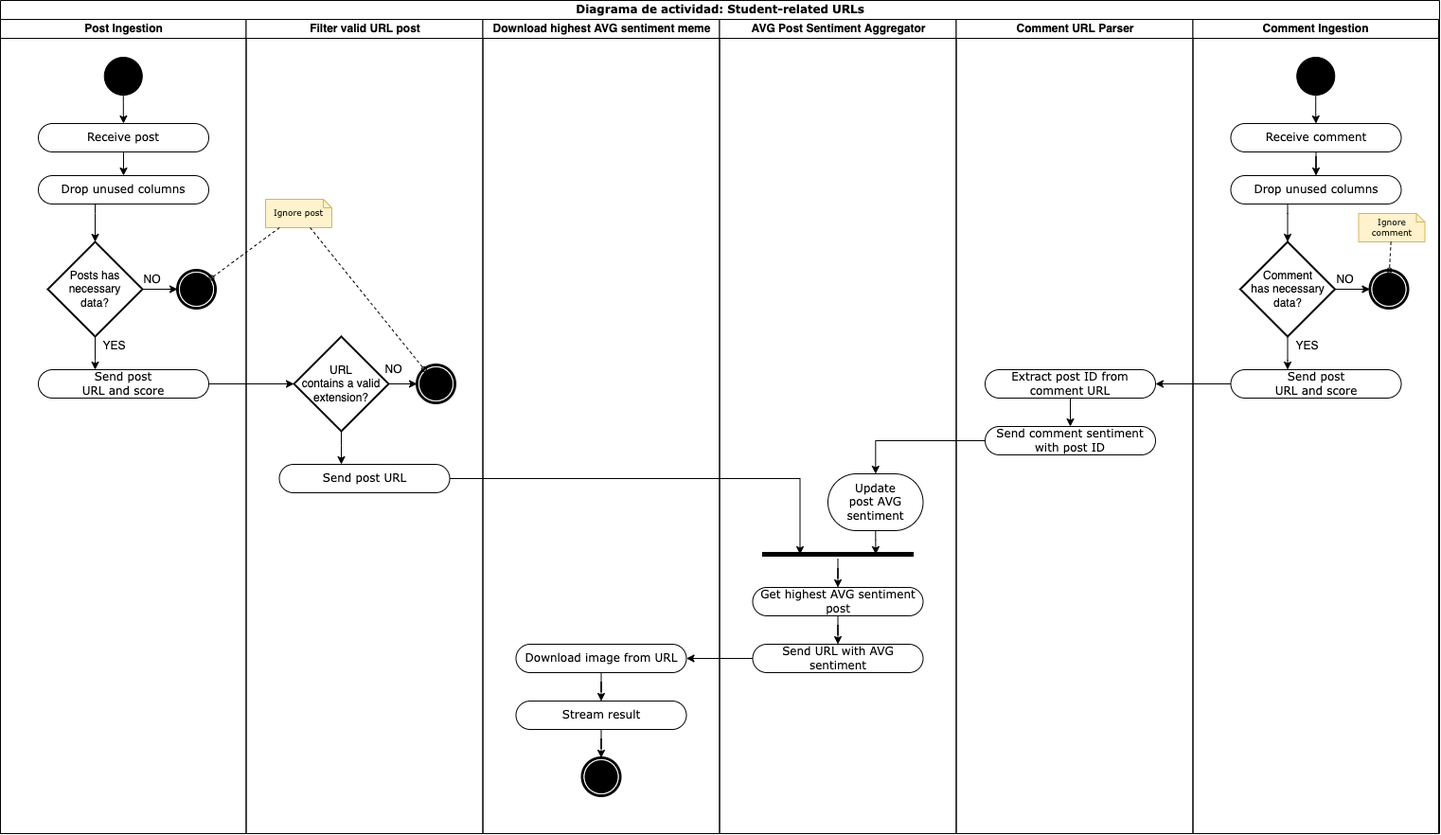
mauro7x/distribuidos keeps this draw.io diagram as TP2/docs/diagrams/activity_3.png. Above is the earlier version. Source tidied: cells renumbered, new cells last; positions are measured from the earlier drawing's top-left corner, leaving out a move shared by most shapes. Its diagram source:
```xml
<mxGraphModel>
  <root>
    <mxCell id="0" />
    <mxCell id="1" parent="0" />
    <mxCell id="2" value="Diagrama de actividad: Student-related URLs" style="swimlane;html=1;startSize=20;rounded=0;shadow=0;comic=0;labelBackgroundColor=none;strokeWidth=1;fontFamily=Verdana;fontSize=12;align=center;" parent="1" vertex="1">
      <mxGeometry width="1520" height="880" as="geometry" />
    </mxCell>
    <mxCell id="3" value="Post Ingestion" style="swimlane;html=1;startSize=20;" parent="2" vertex="1">
      <mxGeometry y="20" width="259.5" height="860" as="geometry" />
    </mxCell>
    <mxCell id="4" style="edgeStyle=orthogonalEdgeStyle;rounded=0;jettySize=auto;html=1;" parent="3" edge="1" source="5" target="7">
      <mxGeometry relative="1" as="geometry" />
    </mxCell>
    <mxCell id="5" value="Receive post" style="rounded=1;whiteSpace=wrap;html=1;shadow=0;comic=0;labelBackgroundColor=none;strokeWidth=1;fontFamily=Verdana;fontSize=12;align=center;arcSize=50;" parent="3" vertex="1">
      <mxGeometry x="40" y="110" width="180" height="30" as="geometry" />
    </mxCell>
    <mxCell id="6" style="edgeStyle=orthogonalEdgeStyle;rounded=0;jettySize=auto;html=1;" parent="3" edge="1" source="7" target="10">
      <mxGeometry relative="1" as="geometry">
        <Array as="points">
          <mxPoint x="100" y="205" />
          <mxPoint x="100" y="205" />
        </Array>
      </mxGeometry>
    </mxCell>
    <mxCell id="7" value="Drop unused columns" style="rounded=1;whiteSpace=wrap;html=1;shadow=0;comic=0;labelBackgroundColor=none;strokeWidth=1;fontFamily=Verdana;fontSize=12;align=center;arcSize=50;" parent="3" vertex="1">
      <mxGeometry x="40" y="165" width="180" height="30" as="geometry" />
    </mxCell>
    <mxCell id="8" style="edgeStyle=orthogonalEdgeStyle;rounded=0;jettySize=auto;html=1;" parent="3" edge="1" source="10" target="11">
      <mxGeometry relative="1" as="geometry" />
    </mxCell>
    <mxCell id="9" style="edgeStyle=orthogonalEdgeStyle;rounded=0;jettySize=auto;html=1;fontSize=9;" parent="3" edge="1" source="10" target="13">
      <mxGeometry relative="1" as="geometry">
        <Array as="points">
          <mxPoint x="100" y="360" />
          <mxPoint x="100" y="360" />
        </Array>
      </mxGeometry>
    </mxCell>
    <mxCell id="10" value="Posts has&lt;br&gt;necessary&lt;br&gt;data?" style="strokeWidth=2;html=1;shape=mxgraph.flowchart.decision;whiteSpace=wrap;" parent="3" vertex="1">
      <mxGeometry x="50" y="235" width="100" height="100" as="geometry" />
    </mxCell>
    <mxCell id="11" style="shape=mxgraph.bpmn.shape;html=1;verticalLabelPosition=bottom;labelBackgroundColor=#ffffff;verticalAlign=top;perimeter=ellipsePerimeter;outline=end;symbol=terminate;rounded=0;shadow=0;comic=0;strokeWidth=1;fontFamily=Verdana;fontSize=12;align=center;" parent="3" vertex="1">
      <mxGeometry x="187" y="265" width="40" height="40" as="geometry" />
    </mxCell>
    <mxCell id="12" value="NO" style="text;html=1;align=center;verticalAlign=middle;strokeColor=none;fillColor=none;" parent="3" vertex="1">
      <mxGeometry x="145" y="265" width="30" height="20" as="geometry" />
    </mxCell>
    <mxCell id="13" value="Send post&lt;br&gt;URL and score" style="rounded=1;whiteSpace=wrap;html=1;shadow=0;comic=0;labelBackgroundColor=none;strokeWidth=1;fontFamily=Verdana;fontSize=12;align=center;arcSize=50;" parent="3" vertex="1">
      <mxGeometry x="40" y="370" width="180" height="30" as="geometry" />
    </mxCell>
    <mxCell id="14" value="YES" style="text;html=1;align=center;verticalAlign=middle;strokeColor=none;fillColor=none;" parent="3" vertex="1">
      <mxGeometry x="100" y="335" width="40" height="20" as="geometry" />
    </mxCell>
    <mxCell id="15" style="edgeStyle=orthogonalEdgeStyle;rounded=0;jettySize=auto;html=1;" parent="3" edge="1" source="16" target="5">
      <mxGeometry relative="1" as="geometry" />
    </mxCell>
    <mxCell id="16" style="ellipse;whiteSpace=wrap;html=1;rounded=0;shadow=0;comic=0;labelBackgroundColor=none;strokeWidth=1;fillColor=#000000;fontFamily=Verdana;fontSize=12;align=center;" parent="3" vertex="1">
      <mxGeometry x="109.8" y="40" width="40" height="40" as="geometry" />
    </mxCell>
    <mxCell id="17" value="Filter valid URL post" style="swimlane;html=1;startSize=20;" parent="2" vertex="1">
      <mxGeometry x="259.5" y="20" width="250" height="860" as="geometry" />
    </mxCell>
    <mxCell id="18" style="edgeStyle=orthogonalEdgeStyle;rounded=0;jettySize=auto;html=1;" parent="17" edge="1" source="20" target="21">
      <mxGeometry relative="1" as="geometry" />
    </mxCell>
    <mxCell id="19" style="edgeStyle=orthogonalEdgeStyle;rounded=0;jettySize=auto;html=1;" parent="17" edge="1" source="20" target="25">
      <mxGeometry relative="1" as="geometry">
        <Array as="points">
          <mxPoint x="100" y="450" />
          <mxPoint x="100" y="450" />
        </Array>
      </mxGeometry>
    </mxCell>
    <mxCell id="20" value="URL&lt;br&gt;contains a valid&lt;br&gt;extension?" style="strokeWidth=2;html=1;shape=mxgraph.flowchart.decision;whiteSpace=wrap;" parent="17" vertex="1">
      <mxGeometry x="50.5" y="335" width="100" height="100" as="geometry" />
    </mxCell>
    <mxCell id="21" style="shape=mxgraph.bpmn.shape;html=1;verticalLabelPosition=bottom;labelBackgroundColor=#ffffff;verticalAlign=top;perimeter=ellipsePerimeter;outline=end;symbol=terminate;rounded=0;shadow=0;comic=0;strokeWidth=1;fontFamily=Verdana;fontSize=12;align=center;" parent="17" vertex="1">
      <mxGeometry x="180.5" y="365" width="40" height="40" as="geometry" />
    </mxCell>
    <mxCell id="22" value="NO" style="text;html=1;align=center;verticalAlign=middle;strokeColor=none;fillColor=none;" parent="17" vertex="1">
      <mxGeometry x="140.5" y="360" width="30" height="20" as="geometry" />
    </mxCell>
    <mxCell id="23" value="Ignore post" style="shape=note;whiteSpace=wrap;html=1;rounded=0;shadow=0;comic=0;labelBackgroundColor=none;strokeWidth=1;fontFamily=Verdana;fontSize=9;align=center;size=9;fillColor=#fff2cc;strokeColor=#d6b656;" parent="17" vertex="1">
      <mxGeometry x="20.5" y="190" width="70" height="30" as="geometry" />
    </mxCell>
    <mxCell id="24" style="edgeStyle=none;rounded=0;html=1;dashed=1;labelBackgroundColor=none;startArrow=none;startFill=0;startSize=5;endArrow=oval;endFill=0;endSize=5;jettySize=auto;strokeWidth=1;fontFamily=Verdana;fontSize=12;" parent="17" edge="1" source="23" target="21">
      <mxGeometry relative="1" as="geometry" />
    </mxCell>
    <mxCell id="25" value="Send post URL" style="rounded=1;whiteSpace=wrap;html=1;shadow=0;comic=0;labelBackgroundColor=none;strokeWidth=1;fontFamily=Verdana;fontSize=12;align=center;arcSize=50;" parent="17" vertex="1">
      <mxGeometry x="35" y="470" width="180" height="30" as="geometry" />
    </mxCell>
    <mxCell id="26" value="Download highest AVG sentiment meme" style="swimlane;html=1;startSize=20;" parent="2" vertex="1">
      <mxGeometry x="509.5" y="20" width="250" height="860" as="geometry" />
    </mxCell>
    <mxCell id="27" style="shape=mxgraph.bpmn.shape;html=1;verticalLabelPosition=bottom;labelBackgroundColor=#ffffff;verticalAlign=top;perimeter=ellipsePerimeter;outline=end;symbol=terminate;rounded=0;shadow=0;comic=0;strokeWidth=1;fontFamily=Verdana;fontSize=12;align=center;" parent="26" vertex="1">
      <mxGeometry x="105" y="780" width="40" height="40" as="geometry" />
    </mxCell>
    <mxCell id="28" style="edgeStyle=orthogonalEdgeStyle;rounded=0;jettySize=auto;html=1;" parent="26" edge="1" source="29" target="31">
      <mxGeometry relative="1" as="geometry" />
    </mxCell>
    <mxCell id="29" value="Download image from URL" style="rounded=1;whiteSpace=wrap;html=1;shadow=0;comic=0;labelBackgroundColor=none;strokeWidth=1;fontFamily=Verdana;fontSize=12;align=center;arcSize=50;" parent="26" vertex="1">
      <mxGeometry x="35" y="660" width="180" height="30" as="geometry" />
    </mxCell>
    <mxCell id="30" style="edgeStyle=orthogonalEdgeStyle;rounded=0;jettySize=auto;html=1;" parent="26" edge="1" source="31" target="27">
      <mxGeometry relative="1" as="geometry" />
    </mxCell>
    <mxCell id="31" value="Stream result" style="rounded=1;whiteSpace=wrap;html=1;shadow=0;comic=0;labelBackgroundColor=none;strokeWidth=1;fontFamily=Verdana;fontSize=12;align=center;arcSize=50;" parent="26" vertex="1">
      <mxGeometry x="35" y="720" width="180" height="30" as="geometry" />
    </mxCell>
    <mxCell id="32" value="AVG Post Sentiment Aggregator" style="swimlane;html=1;startSize=20;" parent="2" vertex="1">
      <mxGeometry x="759.5" y="20" width="250" height="860" as="geometry" />
    </mxCell>
    <mxCell id="33" style="edgeStyle=orthogonalEdgeStyle;rounded=0;jettySize=auto;html=1;" parent="32" edge="1" source="34" target="36">
      <mxGeometry relative="1" as="geometry" />
    </mxCell>
    <mxCell id="34" style="line;strokeWidth=5;html=1;" parent="32" vertex="1">
      <mxGeometry x="45" y="560" width="160" height="10" as="geometry" />
    </mxCell>
    <mxCell id="35" style="edgeStyle=orthogonalEdgeStyle;rounded=0;jettySize=auto;html=1;" parent="32" edge="1" source="36" target="39">
      <mxGeometry relative="1" as="geometry" />
    </mxCell>
    <mxCell id="36" value="Get highest AVG sentiment&lt;br&gt;post" style="rounded=1;whiteSpace=wrap;html=1;shadow=0;comic=0;labelBackgroundColor=none;strokeWidth=1;fontFamily=Verdana;fontSize=12;align=center;arcSize=50;" parent="32" vertex="1">
      <mxGeometry x="35" y="600" width="180" height="30" as="geometry" />
    </mxCell>
    <mxCell id="37" style="edgeStyle=orthogonalEdgeStyle;rounded=0;jettySize=auto;html=1;entryX=0.75;entryY=0.5;entryDx=0;entryDy=0;entryPerimeter=0;" parent="32" edge="1" source="38" target="34">
      <mxGeometry relative="1" as="geometry">
        <Array as="points">
          <mxPoint x="165" y="550" />
          <mxPoint x="165" y="550" />
        </Array>
      </mxGeometry>
    </mxCell>
    <mxCell id="38" value="Update&lt;br&gt;post AVG sentiment" style="rounded=1;whiteSpace=wrap;html=1;shadow=0;comic=0;labelBackgroundColor=none;strokeWidth=1;fontFamily=Verdana;fontSize=12;align=center;arcSize=50;" parent="32" vertex="1">
      <mxGeometry x="114.5" y="480" width="100.5" height="60" as="geometry" />
    </mxCell>
    <mxCell id="39" value="Send URL with AVG sentiment" style="rounded=1;whiteSpace=wrap;html=1;shadow=0;comic=0;labelBackgroundColor=none;strokeWidth=1;fontFamily=Verdana;fontSize=12;align=center;arcSize=50;" parent="32" vertex="1">
      <mxGeometry x="35" y="660" width="180" height="30" as="geometry" />
    </mxCell>
    <mxCell id="40" value="Comment URL Parser" style="swimlane;html=1;startSize=20;" parent="2" vertex="1">
      <mxGeometry x="1009.5" y="20" width="250" height="860" as="geometry" />
    </mxCell>
    <mxCell id="41" style="edgeStyle=orthogonalEdgeStyle;rounded=0;jettySize=auto;html=1;" parent="40" edge="1" source="42" target="43">
      <mxGeometry relative="1" as="geometry" />
    </mxCell>
    <mxCell id="42" value="Extract post ID from&lt;br&gt;comment URL" style="rounded=1;whiteSpace=wrap;html=1;shadow=0;comic=0;labelBackgroundColor=none;strokeWidth=1;fontFamily=Verdana;fontSize=12;align=center;arcSize=50;" parent="40" vertex="1">
      <mxGeometry x="30.5" y="370" width="180" height="30" as="geometry" />
    </mxCell>
    <mxCell id="43" value="Send comment sentiment&lt;br&gt;with post ID" style="rounded=1;whiteSpace=wrap;html=1;shadow=0;comic=0;labelBackgroundColor=none;strokeWidth=1;fontFamily=Verdana;fontSize=12;align=center;arcSize=50;" parent="40" vertex="1">
      <mxGeometry x="30.5" y="430" width="180" height="30" as="geometry" />
    </mxCell>
    <mxCell id="44" style="edgeStyle=orthogonalEdgeStyle;rounded=0;jettySize=auto;html=1;" parent="2" edge="1" source="13" target="20">
      <mxGeometry relative="1" as="geometry" />
    </mxCell>
    <mxCell id="45" style="edgeStyle=none;rounded=0;html=1;dashed=1;labelBackgroundColor=none;startArrow=none;startFill=0;startSize=5;endArrow=oval;endFill=0;endSize=5;jettySize=auto;strokeWidth=1;fontFamily=Verdana;fontSize=12;" parent="2" edge="1" source="23" target="11">
      <mxGeometry relative="1" as="geometry" />
    </mxCell>
    <mxCell id="46" style="edgeStyle=orthogonalEdgeStyle;rounded=0;jettySize=auto;html=1;entryX=0.25;entryY=0.5;entryDx=0;entryDy=0;entryPerimeter=0;" parent="2" edge="1" source="25" target="34">
      <mxGeometry relative="1" as="geometry" />
    </mxCell>
    <mxCell id="47" value="Comment Ingestion" style="swimlane;html=1;startSize=20;" parent="2" vertex="1">
      <mxGeometry x="1259.5" y="20" width="259.5" height="860" as="geometry" />
    </mxCell>
    <mxCell id="48" style="edgeStyle=orthogonalEdgeStyle;rounded=0;jettySize=auto;html=1;" parent="47" edge="1" source="49" target="51">
      <mxGeometry relative="1" as="geometry" />
    </mxCell>
    <mxCell id="49" value="Receive comment" style="rounded=1;whiteSpace=wrap;html=1;shadow=0;comic=0;labelBackgroundColor=none;strokeWidth=1;fontFamily=Verdana;fontSize=12;align=center;arcSize=50;" parent="47" vertex="1">
      <mxGeometry x="40" y="110" width="180" height="30" as="geometry" />
    </mxCell>
    <mxCell id="50" style="edgeStyle=orthogonalEdgeStyle;rounded=0;jettySize=auto;html=1;" parent="47" edge="1" source="51" target="54">
      <mxGeometry relative="1" as="geometry">
        <Array as="points">
          <mxPoint x="100" y="205" />
          <mxPoint x="100" y="205" />
        </Array>
      </mxGeometry>
    </mxCell>
    <mxCell id="51" value="Drop unused columns" style="rounded=1;whiteSpace=wrap;html=1;shadow=0;comic=0;labelBackgroundColor=none;strokeWidth=1;fontFamily=Verdana;fontSize=12;align=center;arcSize=50;" parent="47" vertex="1">
      <mxGeometry x="40" y="165" width="180" height="30" as="geometry" />
    </mxCell>
    <mxCell id="52" style="edgeStyle=orthogonalEdgeStyle;rounded=0;jettySize=auto;html=1;" parent="47" edge="1" source="54" target="55">
      <mxGeometry relative="1" as="geometry" />
    </mxCell>
    <mxCell id="53" style="edgeStyle=orthogonalEdgeStyle;rounded=0;jettySize=auto;html=1;fontSize=9;" parent="47" edge="1" source="54" target="57">
      <mxGeometry relative="1" as="geometry">
        <Array as="points">
          <mxPoint x="100" y="360" />
          <mxPoint x="100" y="360" />
        </Array>
      </mxGeometry>
    </mxCell>
    <mxCell id="54" value="Comment&lt;br&gt;has necessary&lt;br&gt;data?" style="strokeWidth=2;html=1;shape=mxgraph.flowchart.decision;whiteSpace=wrap;" parent="47" vertex="1">
      <mxGeometry x="50" y="235" width="100" height="100" as="geometry" />
    </mxCell>
    <mxCell id="55" style="shape=mxgraph.bpmn.shape;html=1;verticalLabelPosition=bottom;labelBackgroundColor=#ffffff;verticalAlign=top;perimeter=ellipsePerimeter;outline=end;symbol=terminate;rounded=0;shadow=0;comic=0;strokeWidth=1;fontFamily=Verdana;fontSize=12;align=center;" parent="47" vertex="1">
      <mxGeometry x="187" y="265" width="40" height="40" as="geometry" />
    </mxCell>
    <mxCell id="56" value="NO" style="text;html=1;align=center;verticalAlign=middle;strokeColor=none;fillColor=none;" parent="47" vertex="1">
      <mxGeometry x="145" y="265" width="30" height="20" as="geometry" />
    </mxCell>
    <mxCell id="57" value="Send post&lt;br&gt;URL and score" style="rounded=1;whiteSpace=wrap;html=1;shadow=0;comic=0;labelBackgroundColor=none;strokeWidth=1;fontFamily=Verdana;fontSize=12;align=center;arcSize=50;" parent="47" vertex="1">
      <mxGeometry x="40" y="370" width="180" height="30" as="geometry" />
    </mxCell>
    <mxCell id="58" value="YES" style="text;html=1;align=center;verticalAlign=middle;strokeColor=none;fillColor=none;" parent="47" vertex="1">
      <mxGeometry x="100" y="335" width="40" height="20" as="geometry" />
    </mxCell>
    <mxCell id="59" style="edgeStyle=orthogonalEdgeStyle;rounded=0;jettySize=auto;html=1;" parent="47" edge="1" source="60" target="49">
      <mxGeometry relative="1" as="geometry" />
    </mxCell>
    <mxCell id="60" style="ellipse;whiteSpace=wrap;html=1;rounded=0;shadow=0;comic=0;labelBackgroundColor=none;strokeWidth=1;fillColor=#000000;fontFamily=Verdana;fontSize=12;align=center;" parent="47" vertex="1">
      <mxGeometry x="109.8" y="40" width="40" height="40" as="geometry" />
    </mxCell>
    <mxCell id="61" value="Ignore&lt;br&gt;comment" style="shape=note;whiteSpace=wrap;html=1;rounded=0;shadow=0;comic=0;labelBackgroundColor=none;strokeWidth=1;fontFamily=Verdana;fontSize=9;align=center;size=9;fillColor=#fff2cc;strokeColor=#d6b656;" parent="47" vertex="1">
      <mxGeometry x="175" y="205" width="70" height="30" as="geometry" />
    </mxCell>
    <mxCell id="62" style="edgeStyle=none;rounded=0;html=1;dashed=1;labelBackgroundColor=none;startArrow=none;startFill=0;startSize=5;endArrow=oval;endFill=0;endSize=5;jettySize=auto;strokeWidth=1;fontFamily=Verdana;fontSize=12;" parent="47" edge="1" source="61" target="55">
      <mxGeometry relative="1" as="geometry" />
    </mxCell>
    <mxCell id="63" style="edgeStyle=orthogonalEdgeStyle;rounded=0;jettySize=auto;html=1;" parent="2" edge="1" source="57" target="42">
      <mxGeometry relative="1" as="geometry" />
    </mxCell>
    <mxCell id="64" style="edgeStyle=orthogonalEdgeStyle;rounded=0;jettySize=auto;html=1;" parent="2" edge="1" source="43" target="38">
      <mxGeometry relative="1" as="geometry" />
    </mxCell>
    <mxCell id="65" style="edgeStyle=orthogonalEdgeStyle;rounded=0;jettySize=auto;html=1;" parent="2" edge="1" source="39" target="29">
      <mxGeometry relative="1" as="geometry" />
    </mxCell>
  </root>
</mxGraphModel>
```
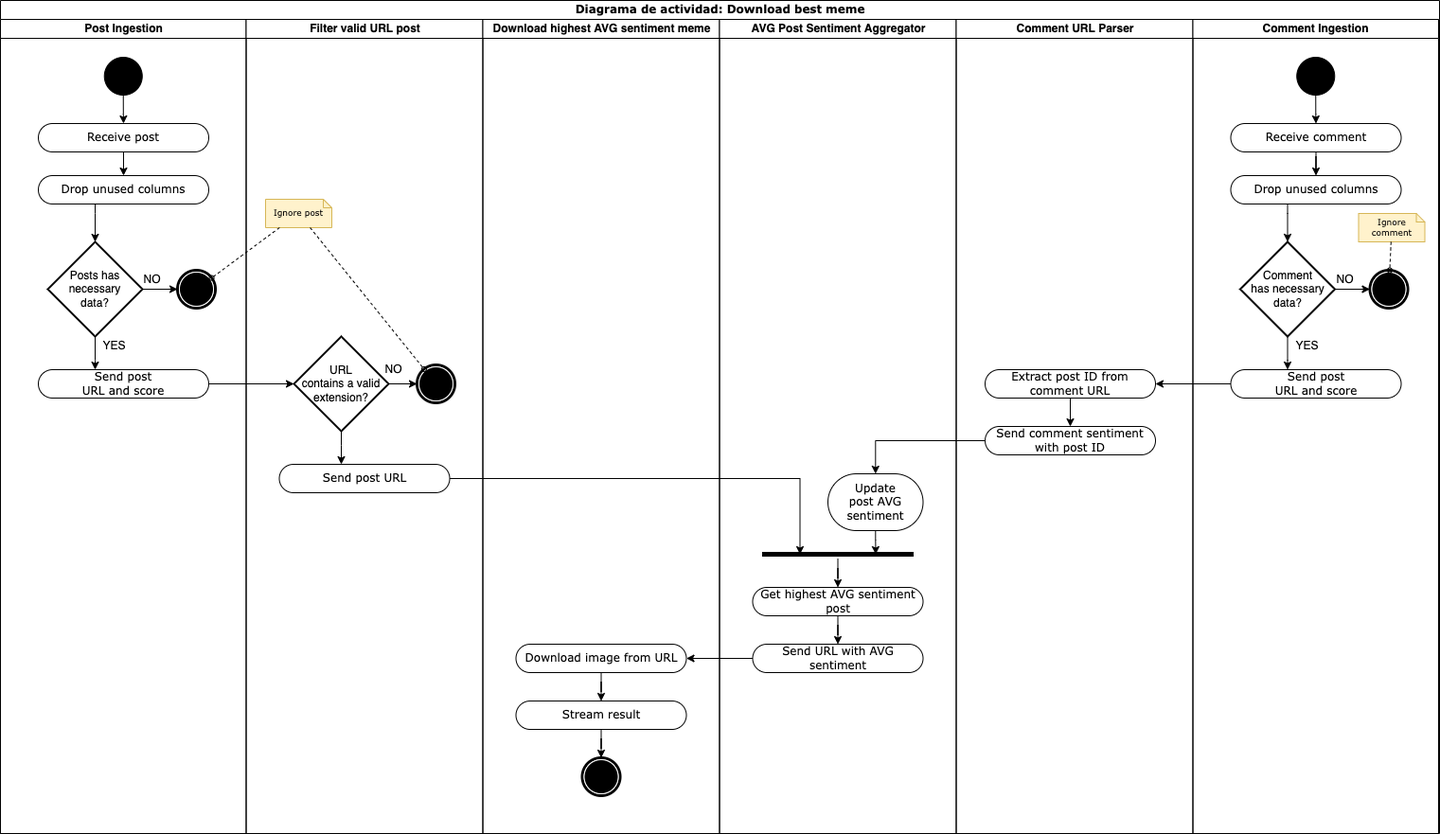
After the change.

Commit message:
Fix diagram in report

Diff of the diagram source:
```diff
@@ -2,7 +2,7 @@
   <root>
     <mxCell id="0" />
     <mxCell id="1" parent="0" />
-    <mxCell id="2" value="Diagrama de actividad: Student-related URLs" style="swimlane;html=1;startSize=20;rounded=0;shadow=0;comic=0;labelBackgroundColor=none;strokeWidth=1;fontFamily=Verdana;fontSize=12;align=center;" parent="1" vertex="1">
+    <mxCell id="2" value="Diagrama de actividad: Download best meme" style="swimlane;html=1;startSize=20;rounded=0;shadow=0;comic=0;labelBackgroundColor=none;strokeWidth=1;fontFamily=Verdana;fontSize=12;align=center;" parent="1" vertex="1">
       <mxGeometry width="1520" height="880" as="geometry" />
     </mxCell>
     <mxCell id="3" value="Post Ingestion" style="swimlane;html=1;startSize=20;" parent="2" vertex="1">
```
